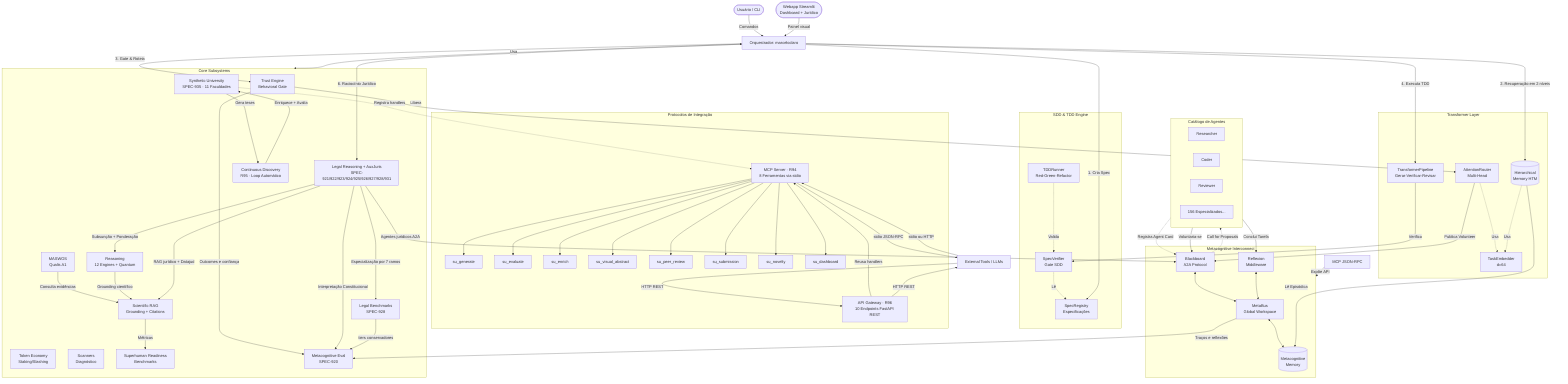
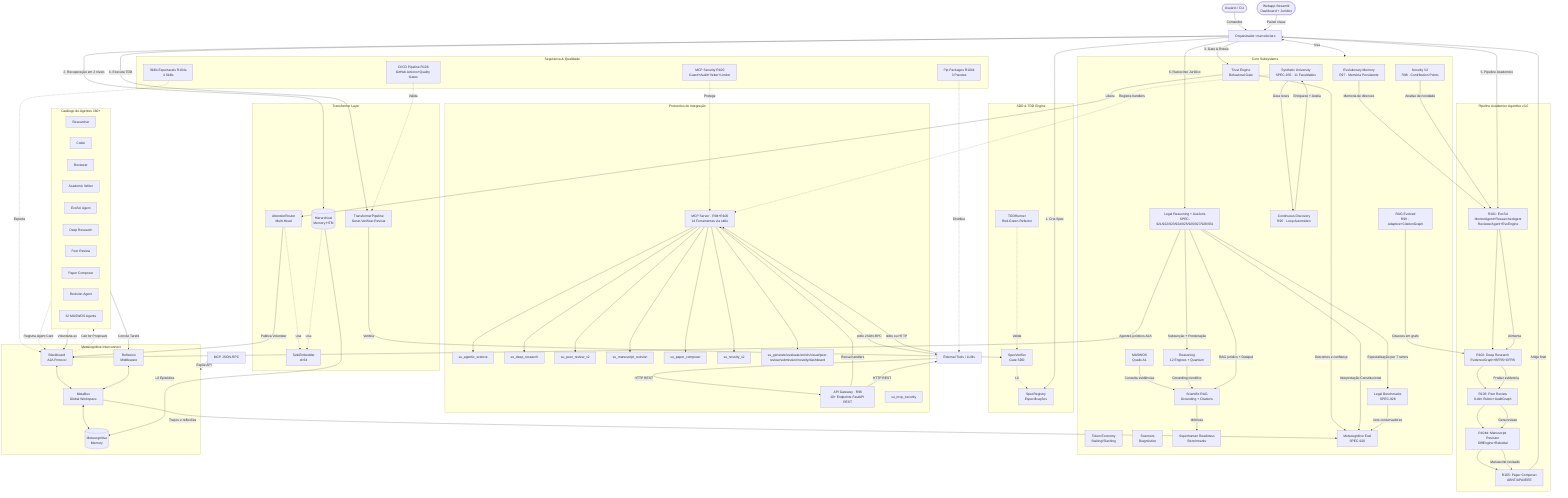
graph TD
    %% Atores e Orquestrador
    User([Usuário / CLI]) -->|Comandos| Orchestrator[Orquestrador: marceloclaro]
    WebUI([Webapp Streamlit<br>Dashboard + Jurídico]) -->|Painel visual| Orchestrator

    %% Camada SDD/TDD
    subgraph SDD [SDD & TDD Engine]
        Spec[SpecRegistry<br>Especificações]
        Ver[SpecVerifier<br>Gate SDD]
        TDD[TDDRunner<br>Red-Green-Refactor]

        TDD -.->|Valida| Ver
        Ver -.->|Lê| Spec
    end

    %% Camada Transformer
    subgraph TF [Transformer Layer]
        Attn[AttentionRouter<br>Multi-Head]
        Pipe[TransformerPipeline<br>Gerar-Verificar-Revisar]
        HTM[(Hierarchical<br>Memory HTM)]
        Emb[TaskEmbedder<br>d=64]

        Attn -.->|Usa| Emb
        HTM -.->|Usa| Emb
    end

+     %% Pipeline Academico Agentivo
+     subgraph Acad [Pipeline Academico Agentivo v3.0]
+         EvoSci["R101: EvoSci<br>MentorAgent+ResearcherAgent<br>ReviewerAgent+EvoEngine"]
+         DeepRes["R102: Deep Research<br>EvidenceGraph+BFRS+DFRS"]
+         PReview["R103: Peer Review<br>8-dim Rubric+AuditGraph"]
+         Revision["R104d: Manuscript Revision<br>DiffEngine+Rebuttal"]
+         Composer["R105: Paper Composer<br>ABNT/APA/IEEE"]
+ 
+         EvoSci --> DeepRes
+         DeepRes --> PReview
+         PReview --> Revision
+         Revision --> Composer
+     end
+ 
    %% Camada Core (Subsistemas)
    subgraph Core [Core Subsystems]
        Trust[Trust Engine<br>Behavioral Gate]
        Eco[Token Economy<br>Staking/Slashing]
        Scan[Scanners<br>Diagnóstico]
-         Acad[MASWOS<br>Qualis A1]
+         AcadLegacy[MASWOS<br>Qualis A1]
        Reason[Reasoning<br>12 Engines + Quantum]
        Legal[Legal Reasoning + AuxJuris<br>SPEC-921/922/923/924/925/926/927/928/931]
        LegalBench[Legal Benchmarks<br>SPEC-928]
        SynthUniv[Synthetic University<br>SPEC-935 · 11 Faculdades]
        RAG[Scientific RAG<br>Grounding + Citations]
        Bench[Superhuman Readiness<br>Benchmarks]
        MetaEval[Metacognitive Eval<br>SPEC-920]
        Discovery[Continuous Discovery<br>R95 · Loop Automático]
+         EvoMem[Evolutionary Memory<br>R97 · Memória Persistente]
+         Novelty[Novelty V2<br>R98 · Contribution Points]
+         RAGEvolved[RAG Evolved<br>R99 · Adaptive+CitationGraph]
+     end
+ 
+     %% Seguranca e Qualidade
+     subgraph SQC [Seguranca & Qualidade]
+         MCPSec[MCP Security R100<br>Guard+Audit+Vetter+Limiter]
+         CICD[CI/CD Pipeline R106<br>GitHub Actions+Quality Gates]
+         Skills[Skills Exportaveis R104a<br>4 Skills]
+         PipPkg[Pip Packages R104b<br>3 Pacotes]
    end

    %% MCP + API Gateway
    subgraph Protocols [Protocolos de Integração]
-         MCPServer[MCP Server · R94<br>8 Ferramentas via stdio]
-         APIGateway[API Gateway · R96<br>10 Endpoints FastAPI REST]
-         MCP_Gen[su_generate]
-         MCP_Eval[su_evaluate]
-         MCP_Enrich[su_enrich]
-         MCP_Visual[su_visual_abstract]
-         MCP_Review[su_peer_review]
-         MCP_Submit[su_submission]
-         MCP_Novelty[su_novelty]
-         MCP_Dash[su_dashboard]
+         MCPServer[MCP Server · R94+R100<br>14 Ferramentas via stdio]
+         APIGateway[API Gateway · R96<br>10+ Endpoints FastAPI REST]
+         MCP_Sci[su_agentic_science]
+         MCP_Deep[su_deep_research]
+         MCP_Review2[su_peer_review_v2]
+         MCP_Revision[su_manuscript_revision]
+         MCP_Composer[su_paper_composer]
+         MCP_Novelty2[su_novelty_v2]
+         MCP_Sec[su_mcp_security]
+         MCP_Classic[su_generate/evaluate/enrich/visual/peer-review/submission/novelty/dashboard]
    end

    %% Camada MCI
    subgraph MCI [Metacognitive Interconnect]
        MB[MetaBus<br>Global Workspace]
        BB[Blackboard<br>A2A Protocol]
        Mem[(Metacognitive<br>Memory)]
        Ref[Reflexion<br>Middleware]

        MB <--> Mem
        BB <--> MB
        Ref <--> MB
    end

    %% Orquestrador integra as camadas
    Orchestrator -->|1. Cria Spec| Spec
    Orchestrator -->|2. Recuperação em 2 níveis| HTM
    HTM -->|Lê Episódica| Mem
    Orchestrator -->|3. Gate & Roteia| Trust
    Trust -->|Libera| Attn
    Attn -->|Publica Volunteer| BB
    Orchestrator -->|4. Executa TDD| Pipe
    Pipe -->|Verifica| Ver
    Orchestrator <-->|Usa| Core
-     Acad -->|Consulta evidências| RAG
+ 
+     %% Pipeline academico
+     Orchestrator -->|5. Pipeline Academico| EvoSci
+     EvoSci -->|Alimenta| DeepRes
+     DeepRes -->|Produz evidencia| PReview
+     PReview -->|Gera revisao| Revision
+     Revision -->|Manuscrito revisado| Composer
+     Composer -->|Artigo final| Orchestrator
+ 
+     %% Conexões de suporte
+     AcadLegacy -->|Consulta evidências| RAG
    Reason -->|Grounding científico| RAG
    RAG -->|Métricas| Bench
+     RAGEvolved -->|Citacoes em grafo| DeepRes
+     EvoMem -->|Memoria de direcoes| EvoSci
+     Novelty -->|Analise de novidade| EvoSci
    MB -->|Traços e reflexões| MetaEval
    Trust -->|Outcomes e confiança| MetaEval
+ 
+     %% Jurídico
    Orchestrator -->|6. Raciocínio Jurídico| Legal
    Legal -->|Subsunção + Ponderação| Reason
    Legal -->|Interpretação Constitucional| MetaEval
    Legal -->|RAG jurídico + Datajud| RAG
    Legal -->|Agentes jurídicos A2A| BB
    Legal -->|Especialização por 7 ramos| LegalBench
    LegalBench -->|tiers conservadores| MetaEval
+ 
+     %% SynthUniv
    SynthUniv -->|Gera teses| Discovery
    Discovery -->|Enriquece + Avalia| SynthUniv

+     %% Seguranca e qualidade
+     MCPSec -.->|Protege| MCPServer
+     CICD -.->|Valida| Pipe
+     Skills -.->|Exporta| BB
+     PipPkg -.->|Distribui| External
+ 
    %% Integração MCP / API
    SynthUniv -.->|Registra handlers| MCPServer
-     MCPServer --> MCP_Gen
-     MCPServer --> MCP_Eval
-     MCPServer --> MCP_Enrich
-     MCPServer --> MCP_Visual
-     MCPServer --> MCP_Review
-     MCPServer --> MCP_Submit
-     MCPServer --> MCP_Novelty
-     MCPServer --> MCP_Dash
+     MCPServer --> MCP_Classic
+     MCPServer --> MCP_Sci
+     MCPServer --> MCP_Deep
+     MCPServer --> MCP_Review2
+     MCPServer --> MCP_Revision
+     MCPServer --> MCP_Composer
+     MCPServer --> MCP_Novelty2
    MCPServer -->|stdio JSON-RPC| External
    APIGateway -->|Reusa handlers| MCPServer
    APIGateway -->|HTTP REST| External

    %% Agentes
-     subgraph Agents [Catálogo de Agentes]
+     subgraph Agents [Catálogo de Agentes 160+]
        A1[Researcher]
        A2[Coder]
        A3[Reviewer]
-         A4[156 Especializados...]
+         A4[Academic Writer]
+         A5[EvoSci Agent]
+         A6[Deep Research]
+         A7[Peer Review]
+         A8[Paper Composer]
+         A9[Revision Agent]
+         A10[32 MASWOS Agents]
    end

    %% Fluxo de Agentes
    Agents -.->|Registra Agent Card| BB
    BB -.->|Call for Proposals| Agents
    Agents -->|Voluntaria-se| BB
    Agents -->|Conclui Tarefa| Ref

    %% MCP
    MCP_Node[MCP JSON-RPC] -->|Expõe API| MCI
    External[External Tools / LLMs] -->|stdio ou HTTP| MCPServer
    External -->|HTTP REST| APIGateway
